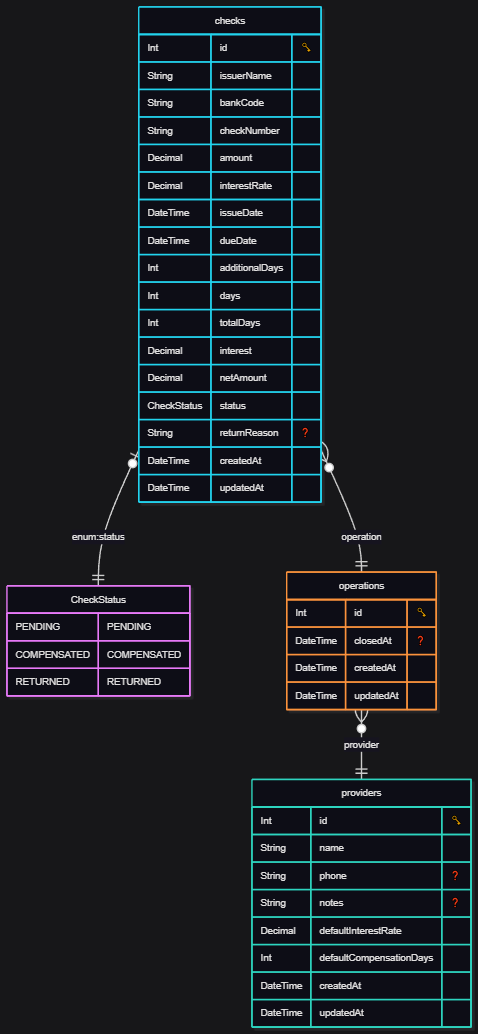
This is docs/database/schema.png from erickppn/g-checkflow, a Mermaid export, as it was before one commit. Its source is kept beside it as docs/database/schema.mmd.
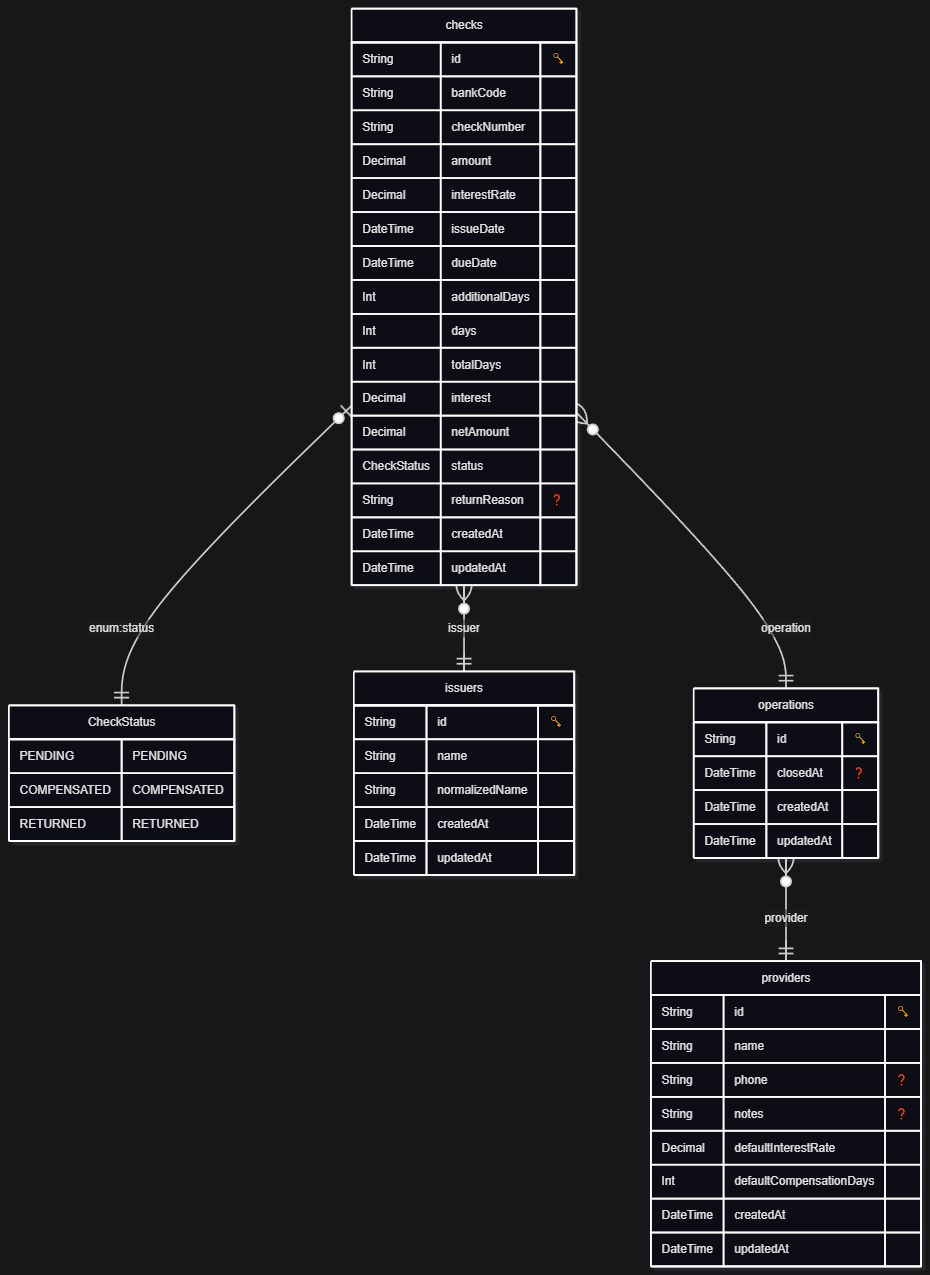
After the change.

What changed in the source:
```diff
@@ -7,7 +7,7 @@
         }
 
   "providers" {
-    Int id "🗝️"
+    String id "🗝️"
     String name
     String phone "❓"
     String notes "❓"
@@ -18,8 +18,17 @@
     }
 
 
+  "issuers" {
+    String id "🗝️"
+    String name
+    String normalizedName
+    DateTime createdAt
+    DateTime updatedAt
+    }
+
+
   "operations" {
-    Int id "🗝️"
+    String id "🗝️"
     DateTime closedAt "❓"
     DateTime createdAt
     DateTime updatedAt
@@ -27,8 +36,7 @@
 
 
   "checks" {
-    Int id "🗝️"
-    String issuerName
+    String id "🗝️"
     String bankCode
     String checkNumber
     Decimal amount
@@ -47,5 +55,6 @@
     }
 
     "operations" }o--|| providers : "provider"
+    "checks" }o--|| issuers : "issuer"
     "checks" |o--|| "CheckStatus" : "enum:status"
     "checks" }o--|| operations : "operation"
```
